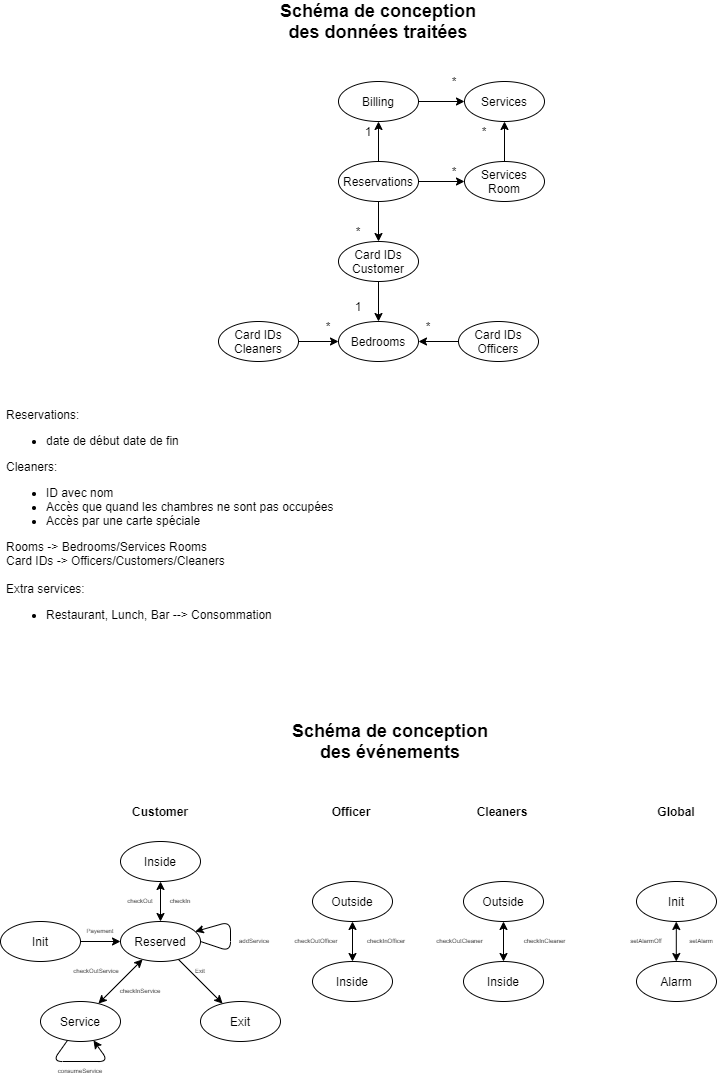
Reynault/MOSOS-Subject-3 keeps this draw.io diagram as doc/specification.png. Above is the earlier version. Source tidied: cells renumbered, new cells last; positions are measured from the earlier drawing's top-left corner, leaving out a move shared by most shapes.
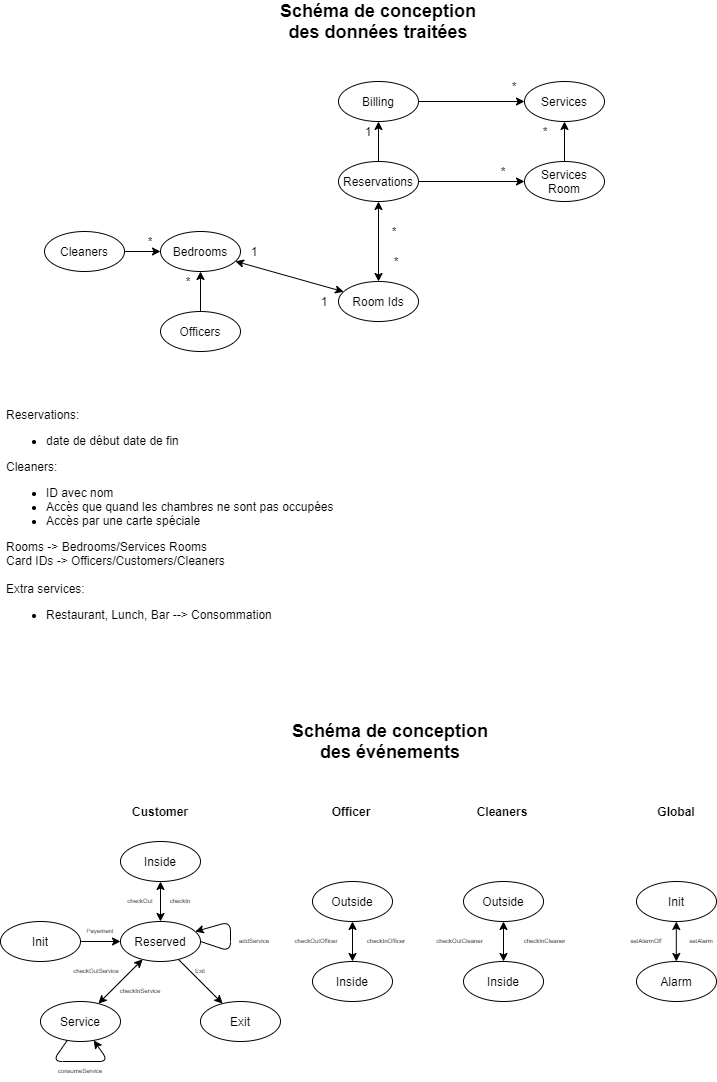
After the change.

Diff of the diagram source:
```diff
@@ -6,10 +6,10 @@
       <mxGeometry x="338" y="150" width="80" height="40" as="geometry" />
     </mxCell>
     <mxCell id="3" value="&lt;span style=&quot;text-align: left&quot;&gt;Bedrooms&lt;/span&gt;" style="ellipse;whiteSpace=wrap;html=1;" parent="1" vertex="1">
-      <mxGeometry x="338" y="310" width="80" height="40" as="geometry" />
+      <mxGeometry x="160" y="220" width="80" height="40" as="geometry" />
     </mxCell>
     <mxCell id="4" value="&lt;span style=&quot;text-align: left&quot;&gt;Services Room&lt;/span&gt;" style="ellipse;whiteSpace=wrap;html=1;" parent="1" vertex="1">
-      <mxGeometry x="464" y="150" width="80" height="40" as="geometry" />
+      <mxGeometry x="524" y="150" width="80" height="40" as="geometry" />
     </mxCell>
     <mxCell id="5" value="Billing" style="ellipse;whiteSpace=wrap;html=1;" parent="1" vertex="1">
       <mxGeometry x="338" y="70" width="80" height="40" as="geometry" />
@@ -23,38 +23,38 @@
     <mxCell id="8" value="1" style="text;html=1;strokeColor=none;fillColor=none;align=center;verticalAlign=middle;whiteSpace=wrap;rounded=0;" parent="1" vertex="1">
       <mxGeometry x="358" y="110" width="20" height="20" as="geometry" />
     </mxCell>
-    <mxCell id="9" value="Card IDs&lt;br&gt;Customer" style="ellipse;whiteSpace=wrap;html=1;" parent="1" vertex="1">
-      <mxGeometry x="338" y="230" width="80" height="40" as="geometry" />
+    <mxCell id="9" value="Room Ids" style="ellipse;whiteSpace=wrap;html=1;" parent="1" vertex="1">
+      <mxGeometry x="338" y="270" width="80" height="40" as="geometry" />
     </mxCell>
-    <mxCell id="10" style="endArrow=classic;html=1;" parent="1" edge="1" source="2" target="9">
+    <mxCell id="10" style="endArrow=classic;html=1;startArrow=classic;startFill=1;" parent="1" edge="1" source="2" target="9">
       <mxGeometry relative="1" as="geometry" />
     </mxCell>
     <mxCell id="11" value="*" style="text;html=1;strokeColor=none;fillColor=none;align=center;verticalAlign=middle;whiteSpace=wrap;rounded=0;" parent="1" vertex="1">
-      <mxGeometry x="348" y="210" width="20" height="20" as="geometry" />
+      <mxGeometry x="386" y="240" width="20" height="20" as="geometry" />
     </mxCell>
-    <mxCell id="12" style="endArrow=classic;html=1;" parent="1" edge="1" source="9" target="3">
+    <mxCell id="12" style="endArrow=classic;html=1;startArrow=classic;startFill=1;" parent="1" edge="1" source="9" target="3">
       <mxGeometry relative="1" as="geometry" />
     </mxCell>
     <mxCell id="13" value="1" style="text;html=1;strokeColor=none;fillColor=none;align=center;verticalAlign=middle;whiteSpace=wrap;rounded=0;" parent="1" vertex="1">
-      <mxGeometry x="348" y="285" width="20" height="20" as="geometry" />
+      <mxGeometry x="244" y="230" width="20" height="20" as="geometry" />
     </mxCell>
-    <mxCell id="14" value="Card IDs&lt;br&gt;Cleaners" style="ellipse;whiteSpace=wrap;html=1;" parent="1" vertex="1">
-      <mxGeometry x="218" y="310" width="80" height="40" as="geometry" />
+    <mxCell id="14" value="Cleaners" style="ellipse;whiteSpace=wrap;html=1;" parent="1" vertex="1">
+      <mxGeometry x="44" y="220" width="80" height="40" as="geometry" />
     </mxCell>
     <mxCell id="15" style="endArrow=classic;html=1;" parent="1" edge="1" source="14" target="3">
       <mxGeometry relative="1" as="geometry" />
     </mxCell>
     <mxCell id="16" value="*" style="text;html=1;strokeColor=none;fillColor=none;align=center;verticalAlign=middle;whiteSpace=wrap;rounded=0;" parent="1" vertex="1">
-      <mxGeometry x="318" y="305" width="20" height="20" as="geometry" />
+      <mxGeometry x="140" y="220" width="20" height="20" as="geometry" />
     </mxCell>
     <mxCell id="17" style="edgeStyle=orthogonalEdgeStyle;rounded=0;jettySize=auto;html=1;" parent="1" edge="1" source="18" target="3">
       <mxGeometry relative="1" as="geometry" />
     </mxCell>
-    <mxCell id="18" value="Card IDs&lt;br&gt;Officers" style="ellipse;whiteSpace=wrap;html=1;" parent="1" vertex="1">
-      <mxGeometry x="458" y="310" width="80" height="40" as="geometry" />
+    <mxCell id="18" value="Officers" style="ellipse;whiteSpace=wrap;html=1;" parent="1" vertex="1">
+      <mxGeometry x="160" y="300" width="80" height="40" as="geometry" />
     </mxCell>
     <mxCell id="19" value="*" style="text;html=1;strokeColor=none;fillColor=none;align=center;verticalAlign=middle;whiteSpace=wrap;rounded=0;" parent="1" vertex="1">
-      <mxGeometry x="418" y="305" width="20" height="20" as="geometry" />
+      <mxGeometry x="178" y="260" width="20" height="20" as="geometry" />
     </mxCell>
     <mxCell id="20" value="Schéma de conception des données traitées" style="text;html=1;strokeColor=none;fillColor=none;align=center;verticalAlign=middle;whiteSpace=wrap;rounded=0;fontSize=18;fontStyle=1;" parent="1" vertex="1">
       <mxGeometry x="268" width="220" height="20" as="geometry" />
@@ -63,7 +63,7 @@
       <mxGeometry relative="1" as="geometry" />
     </mxCell>
     <mxCell id="22" value="*" style="text;html=1;strokeColor=none;fillColor=none;align=center;verticalAlign=middle;whiteSpace=wrap;rounded=0;" parent="1" vertex="1">
-      <mxGeometry x="444" y="150" width="20" height="20" as="geometry" />
+      <mxGeometry x="493" y="150" width="20" height="20" as="geometry" />
     </mxCell>
     <mxCell id="23" value="Init" style="ellipse;whiteSpace=wrap;html=1;" parent="1" vertex="1">
       <mxGeometry y="910" width="80" height="40" as="geometry" />
@@ -163,19 +163,19 @@
       <mxGeometry x="296" y="920" width="40" height="20" as="geometry" />
     </mxCell>
     <mxCell id="52" value="&lt;span style=&quot;text-align: left&quot;&gt;Services&lt;/span&gt;" style="ellipse;whiteSpace=wrap;html=1;" parent="1" vertex="1">
-      <mxGeometry x="464" y="70" width="80" height="40" as="geometry" />
+      <mxGeometry x="524" y="70" width="80" height="40" as="geometry" />
     </mxCell>
     <mxCell id="53" style="edgeStyle=orthogonalEdgeStyle;rounded=0;jettySize=auto;html=1;" parent="1" edge="1" source="4" target="52">
       <mxGeometry relative="1" as="geometry" />
     </mxCell>
     <mxCell id="54" value="*" style="text;html=1;strokeColor=none;fillColor=none;align=center;verticalAlign=middle;whiteSpace=wrap;rounded=0;" parent="1" vertex="1">
-      <mxGeometry x="474" y="110" width="20" height="20" as="geometry" />
+      <mxGeometry x="534.5" y="110" width="20" height="20" as="geometry" />
     </mxCell>
     <mxCell id="55" style="edgeStyle=orthogonalEdgeStyle;rounded=0;jettySize=auto;html=1;" parent="1" edge="1" source="5" target="52">
       <mxGeometry relative="1" as="geometry" />
     </mxCell>
     <mxCell id="56" value="*" style="text;html=1;strokeColor=none;fillColor=none;align=center;verticalAlign=middle;whiteSpace=wrap;rounded=0;" parent="1" vertex="1">
-      <mxGeometry x="444" y="60" width="20" height="20" as="geometry" />
+      <mxGeometry x="504" y="65" width="20" height="20" as="geometry" />
     </mxCell>
     <mxCell id="57" value="Outside" style="ellipse;whiteSpace=wrap;html=1;" parent="1" vertex="1">
       <mxGeometry x="463" y="870" width="80" height="40" as="geometry" />
@@ -210,5 +210,11 @@
     <mxCell id="66" value="&lt;font style=&quot;font-size: 6px&quot;&gt;setAlarm&lt;/font&gt;" style="text;html=1;strokeColor=none;fillColor=none;align=center;verticalAlign=middle;whiteSpace=wrap;rounded=0;fontSize=6;" parent="1" vertex="1">
       <mxGeometry x="686" y="920" width="30" height="20" as="geometry" />
     </mxCell>
+    <mxCell id="67" value="*" style="text;html=1;strokeColor=none;fillColor=none;align=center;verticalAlign=middle;whiteSpace=wrap;rounded=0;" parent="1" vertex="1">
+      <mxGeometry x="384" y="210" width="20" height="20" as="geometry" />
+    </mxCell>
+    <mxCell id="68" value="1" style="text;html=1;strokeColor=none;fillColor=none;align=center;verticalAlign=middle;whiteSpace=wrap;rounded=0;" parent="1" vertex="1">
+      <mxGeometry x="312" y="280" width="24" height="20" as="geometry" />
+    </mxCell>
   </root>
 </mxGraphModel>
```
